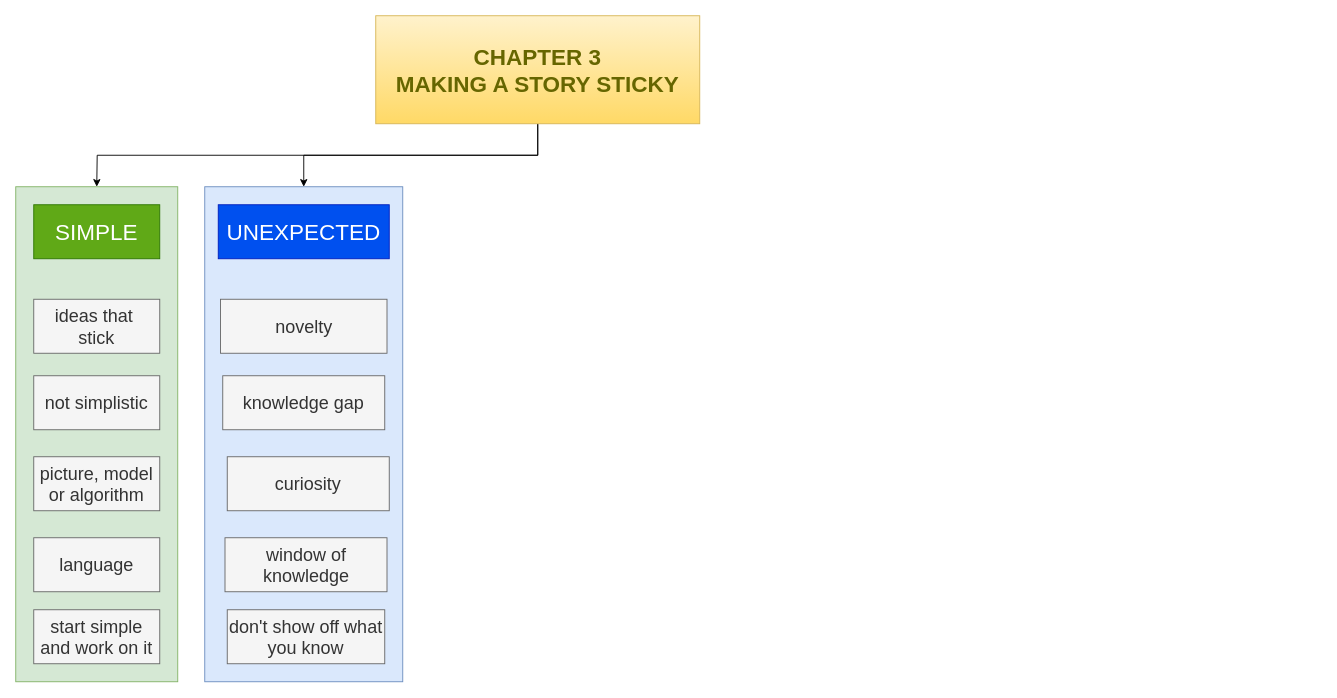
This is CHAPTER3.drawio from SohaYusuf/diagrams, a draw.io file, before an edit. Source tidied: cells renumbered, new cells numbered last; positions are measured from the earlier drawing's top-left corner, leaving out a move shared by most shapes. Both pictures are drawn from the tidied source at 90%, with x=0, y=0 at pixel (15, 15).
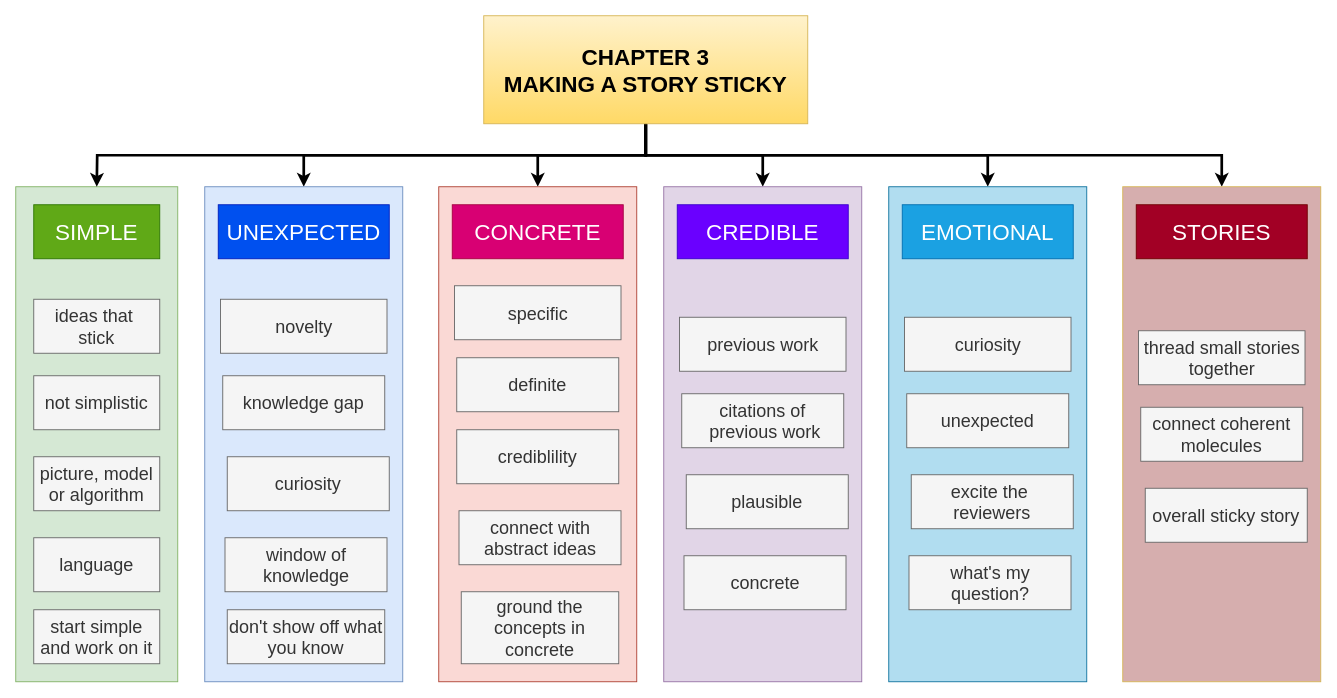
Above is the later version.

Unchanged cells that the change refers to:
```xml
<mxCell id="11" style="rounded=0;whiteSpace=wrap;html=1;fillColor=#dae8fc;strokeColor=#6c8ebf;" parent="1" vertex="1">
  <mxGeometry x="210" y="190" width="220" height="550" as="geometry" />
</mxCell>
```

What changed in the source:
```diff
@@
-    <mxCell id="3" style="edgeStyle=orthogonalEdgeStyle;rounded=0;jettySize=auto;html=1;exitX=0.5;exitY=1;exitDx=0;exitDy=0;" parent="1" edge="1" source="5">
+    <mxCell id="3" style="edgeStyle=orthogonalEdgeStyle;rounded=0;jettySize=auto;html=1;exitX=0.5;exitY=1;exitDx=0;exitDy=0;strokeWidth=3;" parent="1" edge="1" source="5">
       <mxGeometry relative="1" as="geometry">
         <mxPoint x="90" y="190" as="targetPoint" />
       </mxGeometry>
     </mxCell>
-    <mxCell id="4" style="edgeStyle=orthogonalEdgeStyle;rounded=0;jettySize=auto;html=1;exitX=0.5;exitY=1;exitDx=0;exitDy=0;entryX=0.5;entryY=0;entryDx=0;entryDy=0;" parent="1" edge="1" source="5" target="11">
-      <mxGeometry relative="1" as="geometry" />
+    <mxCell id="4" style="edgeStyle=orthogonalEdgeStyle;rounded=0;jettySize=auto;html=1;exitX=0.5;exitY=1;exitDx=0;exitDy=0;entryX=0.5;entryY=0;entryDx=0;entryDy=0;strokeWidth=3;" parent="1" edge="1" source="5" target="11">
+      <mxGeometry relative="1" as="geometry">
+        <Array as="points">
+          <mxPoint x="700" y="155" />
+          <mxPoint x="320" y="155" />
+        </Array>
+      </mxGeometry>
     </mxCell>
+    <mxCell id="19" style="edgeStyle=orthogonalEdgeStyle;rounded=0;jettySize=auto;html=1;exitX=0.5;exitY=1;exitDx=0;exitDy=0;entryX=0.5;entryY=0;entryDx=0;entryDy=0;strokeWidth=3;" parent="1" edge="1" source="5" target="23">
+      <mxGeometry relative="1" as="geometry" />
+    </mxCell>
+    <mxCell id="20" style="edgeStyle=orthogonalEdgeStyle;rounded=0;jettySize=auto;html=1;exitX=0.5;exitY=1;exitDx=0;exitDy=0;entryX=0.5;entryY=0;entryDx=0;entryDy=0;strokeWidth=3;" parent="1" edge="1" source="5" target="30">
+      <mxGeometry relative="1" as="geometry" />
+    </mxCell>
+    <mxCell id="21" style="edgeStyle=orthogonalEdgeStyle;rounded=0;jettySize=auto;html=1;exitX=0.5;exitY=1;exitDx=0;exitDy=0;entryX=0.5;entryY=0;entryDx=0;entryDy=0;strokeWidth=3;" parent="1" edge="1" source="5" target="36">
+      <mxGeometry relative="1" as="geometry" />
+    </mxCell>
+    <mxCell id="22" style="edgeStyle=orthogonalEdgeStyle;rounded=0;jettySize=auto;html=1;exitX=0.5;exitY=1;exitDx=0;exitDy=0;entryX=0.5;entryY=0;entryDx=0;entryDy=0;strokeWidth=3;" parent="1" edge="1" source="5" target="42">
+      <mxGeometry relative="1" as="geometry" />
+    </mxCell>
-    <mxCell id="5" value="CHAPTER 3&lt;div style=&quot;font-size: 25px;&quot;&gt;MAKING A STORY STICKY&lt;/div&gt;" style="rounded=0;whiteSpace=wrap;html=1;fillColor=#fff2cc;fontSize=25;strokeColor=#d6b656;fontStyle=1;gradientColor=#ffd966;fontColor=#666600;" parent="1" vertex="1">
-      <mxGeometry x="400" width="360" height="120" as="geometry" />
+    <mxCell id="5" value="CHAPTER 3&lt;div style=&quot;font-size: 25px;&quot;&gt;MAKING A STORY STICKY&lt;/div&gt;" style="rounded=0;whiteSpace=wrap;html=1;fillColor=#fff2cc;fontSize=25;strokeColor=#d6b656;fontStyle=1;gradientColor=#ffd966;fontColor=#000000;" parent="1" vertex="1">
+      <mxGeometry x="520" width="360" height="120" as="geometry" />
     </mxCell>
@@
+    <mxCell id="23" style="rounded=0;whiteSpace=wrap;html=1;fillColor=#fad9d5;strokeColor=#ae4132;" parent="1" vertex="1">
+      <mxGeometry x="470" y="190" width="220" height="550" as="geometry" />
+    </mxCell>
+    <mxCell id="24" value="CONCRETE" style="rounded=0;whiteSpace=wrap;html=1;fillColor=#d80073;strokeColor=#A50040;fontSize=25;fontColor=#ffffff;" parent="1" vertex="1">
+      <mxGeometry x="485" y="210" width="190" height="60" as="geometry" />
+    </mxCell>
+    <mxCell id="25" value="specific" style="rounded=0;whiteSpace=wrap;html=1;fillColor=#f5f5f5;strokeColor=#666666;fontSize=20;fontColor=#333333;" parent="1" vertex="1">
+      <mxGeometry x="487.5" y="300" width="185" height="60" as="geometry" />
+    </mxCell>
+    <mxCell id="26" value="definite" style="rounded=0;whiteSpace=wrap;html=1;fillColor=#f5f5f5;strokeColor=#666666;fontSize=20;fontColor=#333333;" parent="1" vertex="1">
+      <mxGeometry x="490" y="380" width="180" height="60" as="geometry" />
+    </mxCell>
+    <mxCell id="27" value="crediblility" style="rounded=0;whiteSpace=wrap;html=1;fillColor=#f5f5f5;strokeColor=#666666;fontSize=20;fontColor=#333333;" parent="1" vertex="1">
+      <mxGeometry x="490" y="460" width="180" height="60" as="geometry" />
+    </mxCell>
+    <mxCell id="28" value="connect with abstract ideas" style="rounded=0;whiteSpace=wrap;html=1;fillColor=#f5f5f5;strokeColor=#666666;fontSize=20;fontColor=#333333;" parent="1" vertex="1">
+      <mxGeometry x="492.5" y="550" width="180" height="60" as="geometry" />
+    </mxCell>
+    <mxCell id="29" value="ground the concepts in concrete" style="rounded=0;whiteSpace=wrap;html=1;fillColor=#f5f5f5;strokeColor=#666666;fontSize=20;fontColor=#333333;" parent="1" vertex="1">
+      <mxGeometry x="495" y="640" width="175" height="80" as="geometry" />
+    </mxCell>
+    <mxCell id="30" style="rounded=0;whiteSpace=wrap;html=1;fillColor=#e1d5e7;strokeColor=#9673a6;" parent="1" vertex="1">
+      <mxGeometry x="720" y="190" width="220" height="550" as="geometry" />
+    </mxCell>
+    <mxCell id="31" value="CREDIBLE" style="rounded=0;whiteSpace=wrap;html=1;fillColor=#6a00ff;strokeColor=#3700CC;fontSize=25;fontColor=#ffffff;" parent="1" vertex="1">
+      <mxGeometry x="735" y="210" width="190" height="60" as="geometry" />
+    </mxCell>
+    <mxCell id="32" value="previous work" style="rounded=0;whiteSpace=wrap;html=1;fillColor=#f5f5f5;strokeColor=#666666;fontSize=20;fontColor=#333333;" parent="1" vertex="1">
+      <mxGeometry x="737.5" y="335" width="185" height="60" as="geometry" />
+    </mxCell>
+    <mxCell id="33" value="citations of&lt;div&gt;&amp;nbsp;previous work&lt;/div&gt;" style="rounded=0;whiteSpace=wrap;html=1;fillColor=#f5f5f5;strokeColor=#666666;fontSize=20;fontColor=#333333;" parent="1" vertex="1">
+      <mxGeometry x="740" y="420" width="180" height="60" as="geometry" />
+    </mxCell>
+    <mxCell id="34" value="plausible" style="rounded=0;whiteSpace=wrap;html=1;fillColor=#f5f5f5;strokeColor=#666666;fontSize=20;fontColor=#333333;" parent="1" vertex="1">
+      <mxGeometry x="745" y="510" width="180" height="60" as="geometry" />
+    </mxCell>
+    <mxCell id="35" value="concrete" style="rounded=0;whiteSpace=wrap;html=1;fillColor=#f5f5f5;strokeColor=#666666;fontSize=20;fontColor=#333333;" parent="1" vertex="1">
+      <mxGeometry x="742.5" y="600" width="180" height="60" as="geometry" />
+    </mxCell>
+    <mxCell id="36" style="rounded=0;whiteSpace=wrap;html=1;fillColor=#b1ddf0;strokeColor=#10739e;" parent="1" vertex="1">
+      <mxGeometry x="970" y="190" width="220" height="550" as="geometry" />
+    </mxCell>
+    <mxCell id="37" value="EMOTIONAL" style="rounded=0;whiteSpace=wrap;html=1;fillColor=#1ba1e2;strokeColor=#006EAF;fontSize=25;fontColor=#ffffff;" parent="1" vertex="1">
+      <mxGeometry x="985" y="210" width="190" height="60" as="geometry" />
+    </mxCell>
+    <mxCell id="38" value="curiosity" style="rounded=0;whiteSpace=wrap;html=1;fillColor=#f5f5f5;strokeColor=#666666;fontSize=20;fontColor=#333333;" parent="1" vertex="1">
+      <mxGeometry x="987.5" y="335" width="185" height="60" as="geometry" />
+    </mxCell>
+    <mxCell id="39" value="unexpected" style="rounded=0;whiteSpace=wrap;html=1;fillColor=#f5f5f5;strokeColor=#666666;fontSize=20;fontColor=#333333;" parent="1" vertex="1">
+      <mxGeometry x="990" y="420" width="180" height="60" as="geometry" />
+    </mxCell>
+    <mxCell id="40" value="excite the&amp;nbsp;&lt;div&gt;reviewers&lt;/div&gt;" style="rounded=0;whiteSpace=wrap;html=1;fillColor=#f5f5f5;strokeColor=#666666;fontSize=20;fontColor=#333333;" parent="1" vertex="1">
+      <mxGeometry x="995" y="510" width="180" height="60" as="geometry" />
+    </mxCell>
+    <mxCell id="41" value="what's my question?" style="rounded=0;whiteSpace=wrap;html=1;fillColor=#f5f5f5;strokeColor=#666666;fontSize=20;fontColor=#333333;" parent="1" vertex="1">
+      <mxGeometry x="992.5" y="600" width="180" height="60" as="geometry" />
+    </mxCell>
+    <mxCell id="42" style="rounded=0;whiteSpace=wrap;html=1;fillColor=#D6AEAE;strokeColor=#d6b656;" parent="1" vertex="1">
+      <mxGeometry x="1230" y="190" width="220" height="550" as="geometry" />
+    </mxCell>
+    <mxCell id="43" value="STORIES" style="rounded=0;whiteSpace=wrap;html=1;fillColor=#a20025;strokeColor=#6F0000;fontSize=25;fontColor=#ffffff;" parent="1" vertex="1">
+      <mxGeometry x="1245" y="210" width="190" height="60" as="geometry" />
+    </mxCell>
+    <mxCell id="44" value="thread small stories together" style="rounded=0;whiteSpace=wrap;html=1;fillColor=#f5f5f5;strokeColor=#666666;fontSize=20;fontColor=#333333;" parent="1" vertex="1">
+      <mxGeometry x="1247.5" y="350" width="185" height="60" as="geometry" />
+    </mxCell>
+    <mxCell id="45" value="connect coherent molecules" style="rounded=0;whiteSpace=wrap;html=1;fillColor=#f5f5f5;strokeColor=#666666;fontSize=20;fontColor=#333333;" parent="1" vertex="1">
+      <mxGeometry x="1250" y="435" width="180" height="60" as="geometry" />
+    </mxCell>
+    <mxCell id="46" value="overall sticky story" style="rounded=0;whiteSpace=wrap;html=1;fillColor=#f5f5f5;strokeColor=#666666;fontSize=20;fontColor=#333333;" parent="1" vertex="1">
+      <mxGeometry x="1255" y="525" width="180" height="60" as="geometry" />
+    </mxCell>
```
